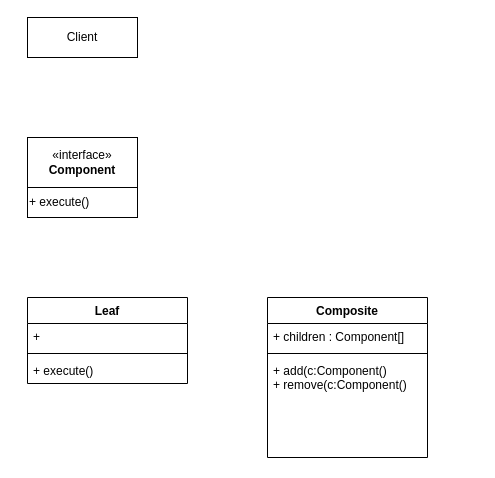
Earlier version of the draw.io diagram 设计模式/C语言设计模式/组合模式.drawio (zhouyuming/MyNotes). Source tidied: cells renumbered, new cells numbered last; positions are measured from the earlier drawing's top-left corner, leaving out a move shared by most shapes. Both pictures are drawn from the tidied source at 100%, with x=0, y=0 at pixel (27, 17).
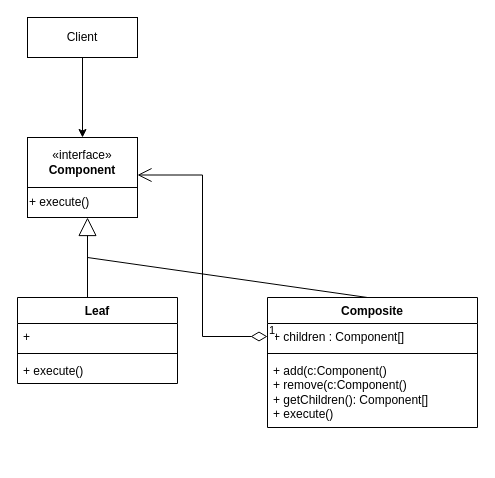
Above is the later version.

Commit message:
更新组合模式.drawio

The edit, as a diff of the source:
```diff
@@
 <mxGraphModel>
   <root>
     <mxCell id="0" />
     <mxCell id="1" parent="0" />
+    <mxCell id="14" style="edgeStyle=orthogonalEdgeStyle;rounded=0;jettySize=auto;html=1;exitX=0.5;exitY=1;exitDx=0;exitDy=0;entryX=0.5;entryY=0;entryDx=0;entryDy=0;" parent="1" edge="1" source="2" target="4">
+      <mxGeometry relative="1" as="geometry" />
+    </mxCell>
     <mxCell id="2" value="Client" style="html=1;whiteSpace=wrap;" parent="1" vertex="1">
       <mxGeometry width="110" height="40" as="geometry" />
     </mxCell>
     <mxCell id="3" style="group;" parent="1" vertex="1">
       <mxGeometry y="120" width="110" height="80" as="geometry" />
     </mxCell>
     <mxCell id="4" value="«interface»&lt;br&gt;&lt;b&gt;Component&lt;/b&gt;" style="html=1;whiteSpace=wrap;" parent="3" vertex="1">
       <mxGeometry width="110" height="50" as="geometry" />
     </mxCell>
     <mxCell id="5" value="+ execute()" style="html=1;whiteSpace=wrap;align=left;" parent="3" vertex="1">
       <mxGeometry y="50" width="110" height="30" as="geometry" />
     </mxCell>
     <mxCell id="6" value="Leaf" style="swimlane;fontStyle=1;align=center;verticalAlign=top;horizontal=1;startSize=26;whiteSpace=wrap;html=1;" parent="1" vertex="1">
-      <mxGeometry y="280" width="160" height="86" as="geometry" />
+      <mxGeometry x="-10" y="280" width="160" height="86" as="geometry" />
     </mxCell>
+    <mxCell id="15" style="endArrow=block;endSize=16;endFill=0;html=1;rounded=0;" parent="6" edge="1">
+      <mxGeometry relative="1" as="geometry">
+        <mxPoint x="70" as="sourcePoint" />
+        <mxPoint x="70" y="-80" as="targetPoint" />
+      </mxGeometry>
+    </mxCell>
     <mxCell id="7" value="+" style="text;strokeColor=none;fillColor=none;align=left;verticalAlign=top;spacingLeft=4;spacingRight=4;overflow=hidden;whiteSpace=wrap;html=1;" parent="6" vertex="1">
       <mxGeometry y="26" width="160" height="26" as="geometry" />
     </mxCell>
     <mxCell id="8" style="line;strokeWidth=1;fillColor=none;align=left;verticalAlign=middle;spacingTop=-1;spacingLeft=3;spacingRight=3;labelPosition=right;strokeColor=inherit;" parent="6" vertex="1">
       <mxGeometry y="52" width="160" height="8" as="geometry" />
     </mxCell>
     <mxCell id="9" value="+ execute()" style="text;strokeColor=none;fillColor=none;align=left;verticalAlign=top;spacingLeft=4;spacingRight=4;overflow=hidden;whiteSpace=wrap;html=1;" parent="6" vertex="1">
       <mxGeometry y="60" width="160" height="26" as="geometry" />
     </mxCell>
     <mxCell id="10" value="Composite" style="swimlane;fontStyle=1;align=center;verticalAlign=top;horizontal=1;startSize=26;whiteSpace=wrap;html=1;" parent="1" vertex="1">
-      <mxGeometry x="240" y="280" width="160" height="160" as="geometry" />
+      <mxGeometry x="240" y="280" width="210" height="130" as="geometry" />
     </mxCell>
     <mxCell id="11" value="+ children : Component[]" style="text;strokeColor=none;fillColor=none;align=left;verticalAlign=top;spacingLeft=4;spacingRight=4;overflow=hidden;points=[[0,0.5],[1,0.5]];portConstraint=eastwest;whiteSpace=wrap;html=1;" parent="10" vertex="1">
-      <mxGeometry y="26" width="160" height="26" as="geometry" />
+      <mxGeometry y="26" width="210" height="26" as="geometry" />
     </mxCell>
     <mxCell id="12" style="line;strokeWidth=1;fillColor=none;align=left;verticalAlign=middle;spacingTop=-1;spacingLeft=3;spacingRight=3;labelPosition=right;strokeColor=inherit;" parent="10" vertex="1">
-      <mxGeometry y="52" width="160" height="8" as="geometry" />
+      <mxGeometry y="52" width="210" height="8" as="geometry" />
     </mxCell>
-    <mxCell id="13" value="+ add(c:Component()&lt;div&gt;+ remove(c:Component()&lt;br&gt;&lt;/div&gt;" style="text;strokeColor=none;fillColor=none;align=left;verticalAlign=top;spacingLeft=4;spacingRight=4;overflow=hidden;whiteSpace=wrap;html=1;" parent="10" vertex="1">
-      <mxGeometry y="60" width="160" height="100" as="geometry" />
+    <mxCell id="13" value="+ add(c:Component()&lt;div&gt;+ remove(c:Component()&lt;br&gt;&lt;/div&gt;&lt;div&gt;+ getChildren(): Component[]&lt;br&gt;&lt;/div&gt;&lt;div&gt;+ execute()&lt;/div&gt;" style="text;strokeColor=none;fillColor=none;align=left;verticalAlign=top;spacingLeft=4;spacingRight=4;overflow=hidden;whiteSpace=wrap;html=1;" parent="10" vertex="1">
+      <mxGeometry y="60" width="210" height="70" as="geometry" />
     </mxCell>
+    <mxCell id="16" style="endArrow=none;html=1;rounded=0;" parent="1" edge="1">
+      <mxGeometry relative="1" as="geometry">
+        <mxPoint x="340" y="280" as="sourcePoint" />
+        <mxPoint x="60" y="240" as="targetPoint" />
+      </mxGeometry>
+    </mxCell>
+    <mxCell id="17" value="1" style="endArrow=open;html=1;endSize=12;startArrow=diamondThin;startSize=14;startFill=0;edgeStyle=orthogonalEdgeStyle;align=left;verticalAlign=bottom;rounded=0;exitX=0;exitY=0.5;exitDx=0;exitDy=0;entryX=1;entryY=0.75;entryDx=0;entryDy=0;" parent="1" edge="1" source="11" target="4">
+      <mxGeometry x="-1" y="3" relative="1" as="geometry" />
+    </mxCell>
   </root>
 </mxGraphModel>
```
